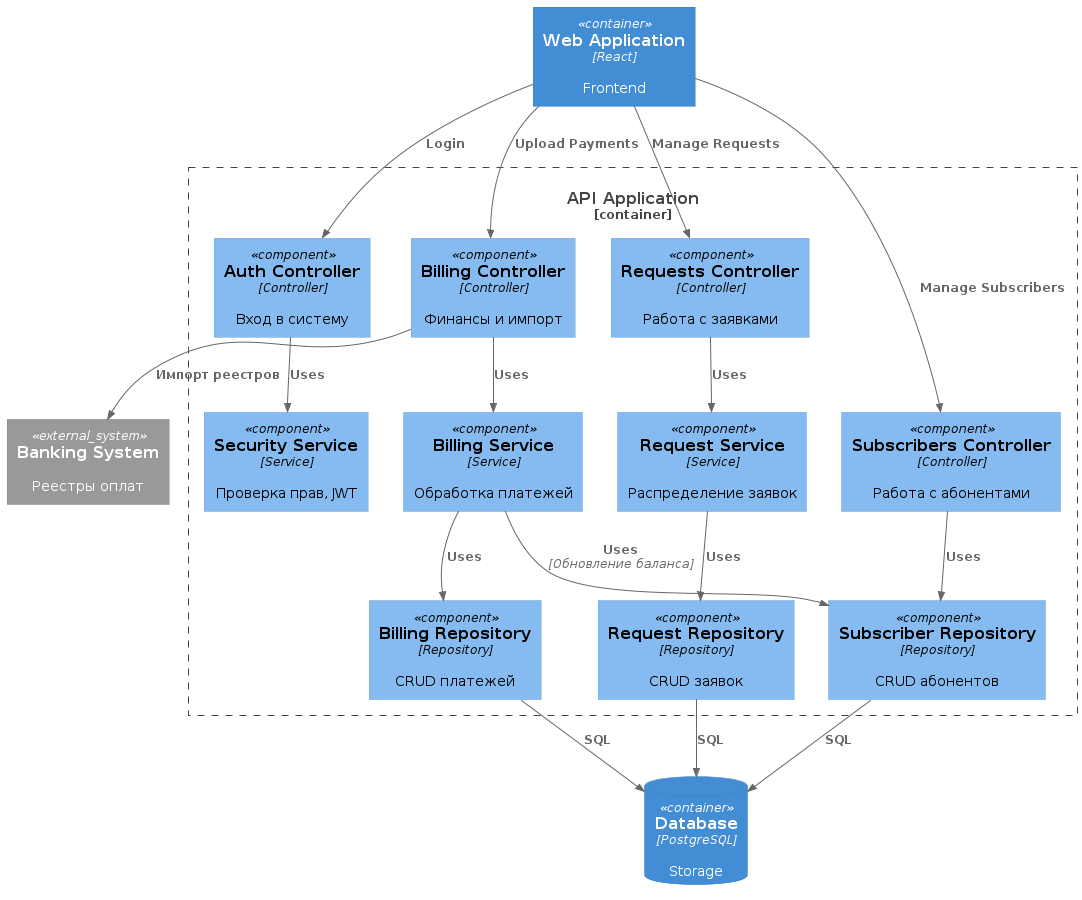
Before: LabWork2/img/components.png, a diagram exported from PlantUML (smthgd/PAPS). The source it was exported from:
```plantuml
@startuml
!include https://raw.githubusercontent.com/plantuml-stdlib/C4-PlantUML/master/C4_Component.puml

Container(web, "Web Application", "React", "Frontend")
ContainerDb(db, "Database", "PostgreSQL", "Storage")
System_Ext(bank, "Banking System", "Реестры оплат")

Container_Boundary(api, "API Application") {
    Component(auth_ctrl, "Auth Controller", "Controller", "Вход в систему")
    Component(req_ctrl, "Requests Controller", "Controller", "Работа с заявками")
    Component(sub_ctrl, "Subscribers Controller", "Controller", "Работа с абонентами")
    Component(bill_ctrl, "Billing Controller", "Controller", "Финансы и импорт")

    Component(sec_serv, "Security Service", "Service", "Проверка прав, JWT")
    Component(req_serv, "Request Service", "Service", "Распределение заявок")
    Component(bill_serv, "Billing Service", "Service", "Обработка платежей")

    Component(repo_req, "Request Repository", "Repository", "CRUD заявок")
    Component(repo_sub, "Subscriber Repository", "Repository", "CRUD абонентов")
    Component(repo_bill, "Billing Repository", "Repository", "CRUD платежей")

    Rel(web, auth_ctrl, "Login")
    Rel(web, req_ctrl, "Manage Requests")
    Rel(web, sub_ctrl, "Manage Subscribers")
    Rel(web, bill_ctrl, "Upload Payments")

    Rel(auth_ctrl, sec_serv, "Uses")
    Rel(req_ctrl, req_serv, "Uses")
    Rel(bill_ctrl, bill_serv, "Uses")
    Rel(sub_ctrl, repo_sub, "Uses")

    Rel(bill_ctrl, bank, "Импорт реестров")

    Rel(req_serv, repo_req, "Uses")
    Rel(bill_serv, repo_bill, "Uses")
    Rel(bill_serv, repo_sub, "Uses", "Обновление баланса")
}

Rel(repo_req, db, "SQL")
Rel(repo_sub, db, "SQL")
Rel(repo_bill, db, "SQL")
@enduml
```
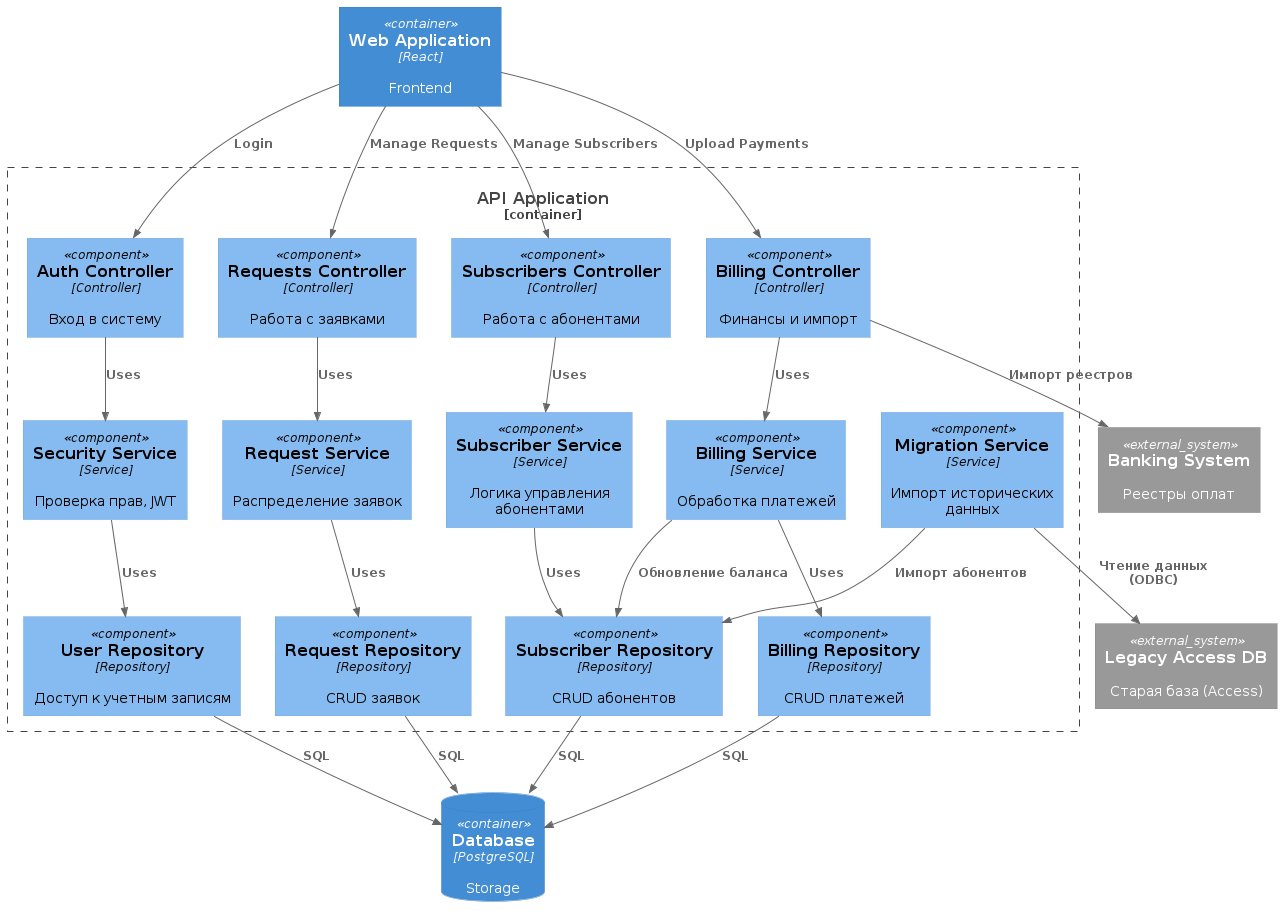
The same diagram one commit later.

Commit message:
исправлена диаграмма компонентов

The edit, as a diff of the source:
```diff
@@ -3,7 +3,9 @@
 
 Container(web, "Web Application", "React", "Frontend")
 ContainerDb(db, "Database", "PostgreSQL", "Storage")
+
 System_Ext(bank, "Banking System", "Реестры оплат")
+System_Ext(legacy, "Legacy Access DB", "Старая база (Access)")
 
 Container_Boundary(api, "API Application") {
     Component(auth_ctrl, "Auth Controller", "Controller", "Вход в систему")
@@ -14,10 +16,14 @@
     Component(sec_serv, "Security Service", "Service", "Проверка прав, JWT")
     Component(req_serv, "Request Service", "Service", "Распределение заявок")
     Component(bill_serv, "Billing Service", "Service", "Обработка платежей")
+    Component(sub_serv, "Subscriber Service", "Service", "Логика управления абонентами")
+    Component(mig_serv, "Migration Service", "Service", "Импорт исторических данных")
 
+    Component(repo_user, "User Repository", "Repository", "Доступ к учетным записям")
     Component(repo_req, "Request Repository", "Repository", "CRUD заявок")
     Component(repo_sub, "Subscriber Repository", "Repository", "CRUD абонентов")
     Component(repo_bill, "Billing Repository", "Repository", "CRUD платежей")
+
 
     Rel(web, auth_ctrl, "Login")
     Rel(web, req_ctrl, "Manage Requests")
@@ -27,15 +33,22 @@
     Rel(auth_ctrl, sec_serv, "Uses")
     Rel(req_ctrl, req_serv, "Uses")
     Rel(bill_ctrl, bill_serv, "Uses")
-    Rel(sub_ctrl, repo_sub, "Uses")
+    Rel(sub_ctrl, sub_serv, "Uses")
 
     Rel(bill_ctrl, bank, "Импорт реестров")
+    Rel(mig_serv, legacy, "Чтение данных (ODBC)")
 
+    Rel(sec_serv, repo_user, "Uses")
     Rel(req_serv, repo_req, "Uses")
     Rel(bill_serv, repo_bill, "Uses")
-    Rel(bill_serv, repo_sub, "Uses", "Обновление баланса")
+    Rel(sub_serv, repo_sub, "Uses")
+
+    Rel(mig_serv, repo_sub, "Импорт абонентов")
+
+    Rel(bill_serv, repo_sub, "Обновление баланса")
 }
 
+Rel(repo_user, db, "SQL")
 Rel(repo_req, db, "SQL")
 Rel(repo_sub, db, "SQL")
 Rel(repo_bill, db, "SQL")
```
